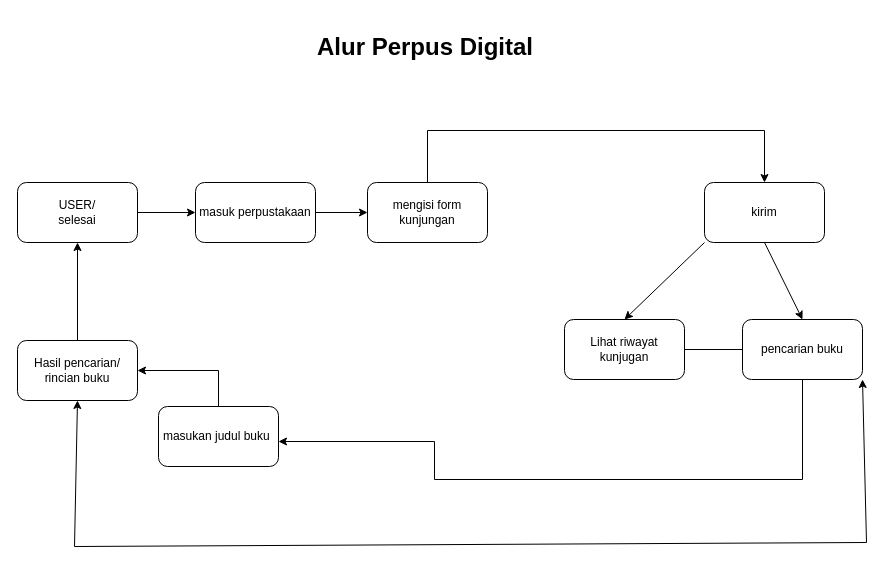
Before: Alur-perpus-Digital.drawio in FahrulNa/Alur-Perpus-Digital, a draw.io diagram. Source tidied: cells renumbered, new cells numbered last; positions are measured from the earlier drawing's top-left corner, leaving out a move shared by most shapes. Both pictures are drawn from the tidied source at 100%, with x=0, y=0 at pixel (17, 27).
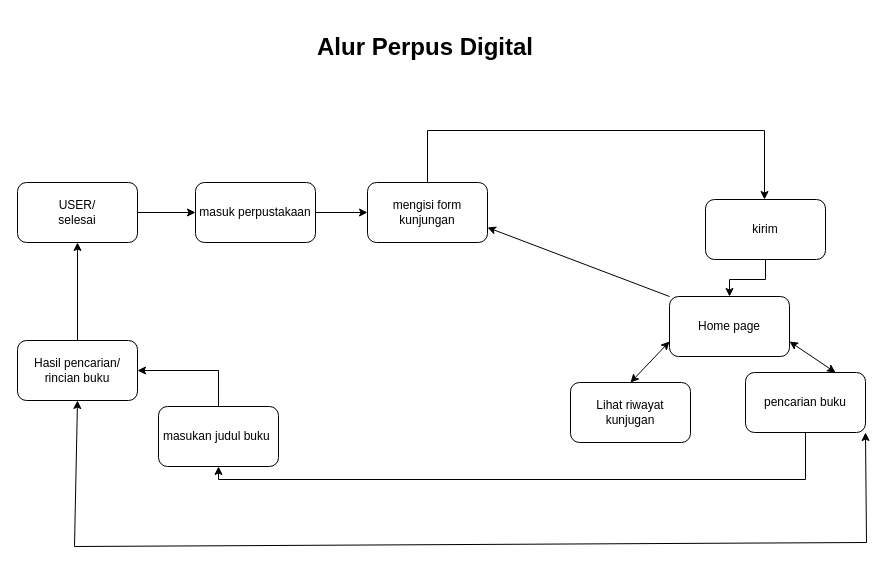
After the change.

The change refers to these unchanged cells:
```xml
<mxCell id="5" value="mengisi form kunjungan" style="rounded=1;whiteSpace=wrap;html=1;" parent="1" vertex="1">
  <mxGeometry x="350" y="155" width="120" height="60" as="geometry" />
</mxCell>
<mxCell id="13" value="masukan judul buku&amp;nbsp;" style="rounded=1;whiteSpace=wrap;html=1;" parent="1" vertex="1">
  <mxGeometry x="141" y="379" width="120" height="60" as="geometry" />
</mxCell>
```

The edit, as a diff of the source:
```diff
@@
     <mxCell id="6" value="Lihat riwayat kunjugan" style="rounded=1;whiteSpace=wrap;html=1;" parent="1" vertex="1">
-      <mxGeometry x="547" y="292" width="120" height="60" as="geometry" />
+      <mxGeometry x="553" y="355" width="120" height="60" as="geometry" />
     </mxCell>
     <mxCell id="7" style="edgeStyle=orthogonalEdgeStyle;rounded=0;jettySize=auto;html=1;" parent="1" edge="1" source="8" target="13">
       <mxGeometry relative="1" as="geometry">
         <Array as="points">
-          <mxPoint x="417" y="452" />
-          <mxPoint x="417" y="414" />
+          <mxPoint x="788" y="452" />
+          <mxPoint x="201" y="452" />
         </Array>
       </mxGeometry>
     </mxCell>
     <mxCell id="8" value="pencarian buku" style="rounded=1;whiteSpace=wrap;html=1;" parent="1" vertex="1">
-      <mxGeometry x="725" y="292" width="120" height="60" as="geometry" />
+      <mxGeometry x="728" y="345" width="120" height="60" as="geometry" />
     </mxCell>
@@
+    <mxCell id="21" style="edgeStyle=orthogonalEdgeStyle;rounded=0;jettySize=auto;html=1;" parent="1" edge="1" source="11" target="22">
+      <mxGeometry relative="1" as="geometry" />
+    </mxCell>
     <mxCell id="11" value="kirim" style="whiteSpace=wrap;html=1;rounded=1;" parent="1" vertex="1">
-      <mxGeometry x="687" y="155" width="120" height="60" as="geometry" />
+      <mxGeometry x="688" y="172" width="120" height="60" as="geometry" />
     </mxCell>
-    <mxCell id="12" style="endArrow=classic;html=1;rounded=0;exitX=0;exitY=1;exitDx=0;exitDy=0;entryX=0.5;entryY=0;entryDx=0;entryDy=0;" parent="1" edge="1" source="11" target="6">
-      <mxGeometry relative="1" as="geometry" />
-    </mxCell>
@@
-    <mxCell id="19" style="endArrow=none;html=1;rounded=0;entryX=0;entryY=0.5;entryDx=0;entryDy=0;exitX=1;exitY=0.5;exitDx=0;exitDy=0;" parent="1" edge="1" source="6" target="8">
-      <mxGeometry relative="1" as="geometry" />
-    </mxCell>
-    <mxCell id="20" style="endArrow=classic;html=1;rounded=0;exitX=0.5;exitY=1;exitDx=0;exitDy=0;entryX=0.5;entryY=0;entryDx=0;entryDy=0;" parent="1" edge="1" source="11" target="8">
-      <mxGeometry relative="1" as="geometry" />
-    </mxCell>
+    <mxCell id="22" value="Home page" style="whiteSpace=wrap;html=1;rounded=1;" parent="1" vertex="1">
+      <mxGeometry x="652" y="269" width="120" height="60" as="geometry" />
+    </mxCell>
+    <mxCell id="23" style="endArrow=classic;html=1;rounded=0;entryX=1;entryY=0.75;entryDx=0;entryDy=0;exitX=0;exitY=0;exitDx=0;exitDy=0;" parent="1" edge="1" source="22" target="5">
+      <mxGeometry relative="1" as="geometry" />
+    </mxCell>
+    <mxCell id="24" style="endArrow=classic;startArrow=classic;html=1;rounded=0;entryX=0;entryY=0.75;entryDx=0;entryDy=0;exitX=0.5;exitY=0;exitDx=0;exitDy=0;" parent="1" edge="1" source="6" target="22">
+      <mxGeometry relative="1" as="geometry" />
+    </mxCell>
+    <mxCell id="25" style="endArrow=classic;startArrow=classic;html=1;rounded=0;entryX=1;entryY=0.75;entryDx=0;entryDy=0;exitX=0.75;exitY=0;exitDx=0;exitDy=0;" parent="1" edge="1" source="8" target="22">
+      <mxGeometry relative="1" as="geometry" />
+    </mxCell>
```
